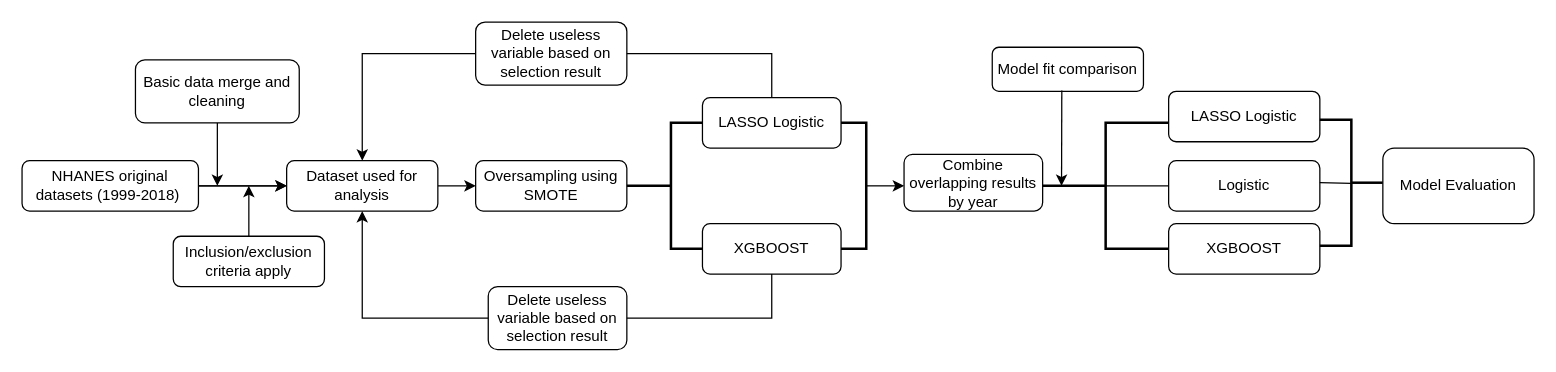
This is Results/Flowchart.drawio from xuetao666/625_Group5, a draw.io file, before an edit. Source tidied: cells renumbered, new cells numbered last; positions are measured from the earlier drawing's top-left corner, leaving out a move shared by most shapes. Both pictures are drawn from the tidied source at 126%, with x=0, y=0 at pixel (21, 21).
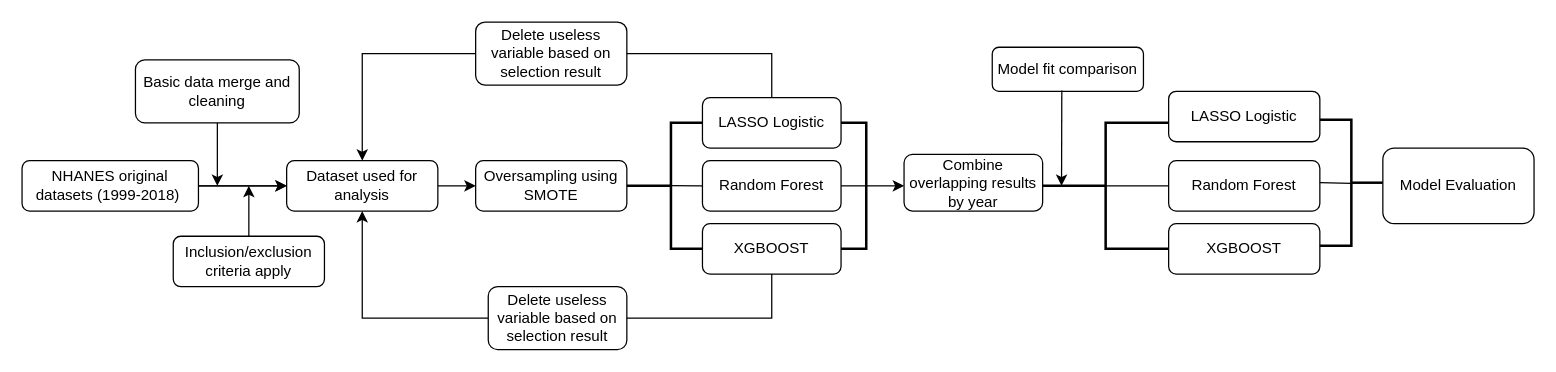
The same diagram, later.

The change refers to these unchanged cells:
```xml
<mxCell id="11" style="strokeWidth=2;html=1;shape=mxgraph.flowchart.annotation_2;align=left;labelPosition=right;" parent="1" vertex="1">
  <mxGeometry x="480" y="80" width="70" height="100" as="geometry" />
</mxCell>
<mxCell id="15" style="strokeWidth=2;html=1;shape=mxgraph.flowchart.annotation_1;align=left;rotation=-180;" parent="1" vertex="1">
  <mxGeometry x="650" y="80" width="20" height="100" as="geometry" />
</mxCell>
```

Diff of the diagram source:
```diff
@@
-    <mxCell id="26" value="Logistic" style="rounded=1;whiteSpace=wrap;html=1;" parent="1" vertex="1">
+    <mxCell id="26" value="Random Forest" style="rounded=1;whiteSpace=wrap;html=1;" parent="1" vertex="1">
       <mxGeometry x="910" y="110" width="120" height="40" as="geometry" />
     </mxCell>
@@
+    <mxCell id="34" value="Random Forest" style="rounded=1;whiteSpace=wrap;html=1;" parent="1" vertex="1">
+      <mxGeometry x="540" y="110" width="110" height="40" as="geometry" />
+    </mxCell>
+    <mxCell id="35" style="endArrow=none;html=1;rounded=0;exitX=0;exitY=0.5;exitDx=0;exitDy=0;entryX=0.478;entryY=0.499;entryDx=0;entryDy=0;entryPerimeter=0;" parent="1" edge="1" source="34" target="11">
+      <mxGeometry relative="1" as="geometry" />
+    </mxCell>
+    <mxCell id="36" style="endArrow=none;html=1;rounded=0;exitX=0;exitY=0.5;exitDx=0;exitDy=0;exitPerimeter=0;entryX=1;entryY=0.5;entryDx=0;entryDy=0;" parent="1" edge="1" source="15" target="34">
+      <mxGeometry relative="1" as="geometry" />
+    </mxCell>
```
